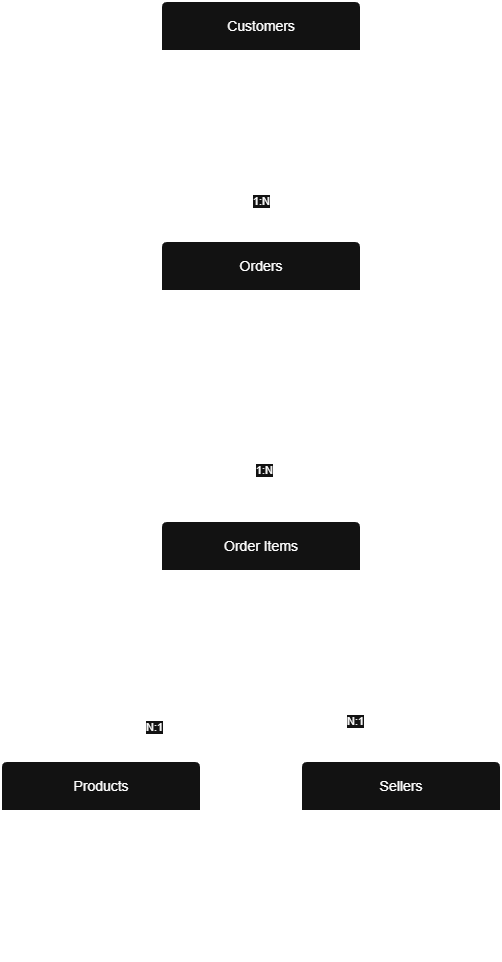
The draw.io diagram docs/diagrams/logical-erd.drawio.png in neeleshksingh/Ecommerce-Sales-Analytics, before a commit. Source tidied: cells renumbered, new cells last; positions are measured from the earlier drawing's top-left corner, leaving out a move shared by most shapes.
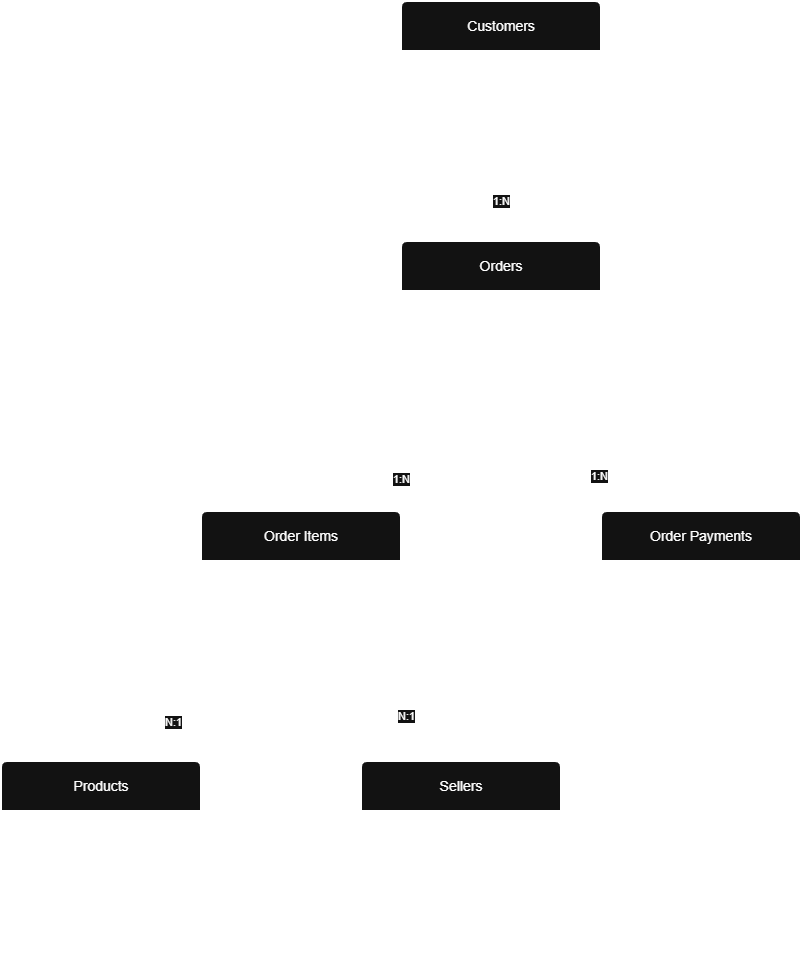
After the change.

The edit, as a diff of the source:
```diff
@@ -25,11 +25,22 @@
       <mxGeometry y="50" width="200" height="110" as="geometry" />
     </mxCell>
     <mxCell id="8" style="edgeStyle=orthogonalEdgeStyle;rounded=0;jettySize=auto;html=1;entryX=0.5;entryY=0;entryDx=0;entryDy=0;" parent="1" edge="1" source="10" target="12">
-      <mxGeometry relative="1" as="geometry" />
+      <mxGeometry relative="1" as="geometry">
+        <Array as="points">
+          <mxPoint x="200" y="475" />
+          <mxPoint x="60" y="475" />
+        </Array>
+      </mxGeometry>
     </mxCell>
     <mxCell id="9" value="1:N" style="edgeLabel;html=1;align=center;verticalAlign=middle;" parent="8" vertex="1">
       <mxGeometry x="-0.28" y="2" relative="1" as="geometry" />
     </mxCell>
+    <mxCell id="22" style="edgeStyle=orthogonalEdgeStyle;rounded=0;jettySize=auto;html=1;exitX=0.75;exitY=1;exitDx=0;exitDy=0;entryX=0.5;entryY=0;entryDx=0;entryDy=0;" parent="1" edge="1" source="10" target="24">
+      <mxGeometry relative="1" as="geometry" />
+    </mxCell>
+    <mxCell id="23" value="1:N" style="edgeLabel;html=1;align=center;verticalAlign=middle;" parent="22" vertex="1">
+      <mxGeometry x="-0.26" y="1" relative="1" as="geometry" />
+    </mxCell>
     <mxCell id="10" value="Orders" style="swimlane;horizontal=1;startSize=50;rounded=1;fontSize=14;fontStyle=0;strokeWidth=2;shadow=0;dashed=0;align=center;arcSize=4;whiteSpace=wrap;html=1;" parent="1" vertex="1">
       <mxGeometry x="160" y="240" width="200" height="200" as="geometry" />
     </mxCell>
@@ -37,9 +48,9 @@
       <mxGeometry y="50" width="200" height="150" as="geometry" />
     </mxCell>
     <mxCell id="12" value="Order Items" style="swimlane;horizontal=1;startSize=50;rounded=1;fontSize=14;fontStyle=0;strokeWidth=2;shadow=0;dashed=0;align=center;arcSize=4;whiteSpace=wrap;html=1;" parent="1" vertex="1">
-      <mxGeometry x="160" y="520" width="200" height="160" as="geometry" />
+      <mxGeometry x="-40" y="510" width="200" height="160" as="geometry" />
     </mxCell>
-    <mxCell id="13" value="PK order_id,&lt;div&gt;PK order_item_id&lt;/div&gt;&lt;div&gt;FK product_id&amp;nbsp;&lt;div&gt;FK seller_id&amp;nbsp;&lt;/div&gt;&lt;div&gt;shipping_limit_date&lt;br&gt;price&lt;br&gt;freight_value&lt;/div&gt;&lt;/div&gt;" style="align=left;strokeColor=none;fillColor=none;spacingLeft=4;spacingRight=4;fontSize=12;verticalAlign=top;html=1;whiteSpace=wrap;" parent="12" vertex="1">
+    <mxCell id="13" value="PK order_id&lt;div&gt;PK order_item_id&lt;/div&gt;&lt;div&gt;FK product_id&amp;nbsp;&lt;div&gt;FK seller_id&amp;nbsp;&lt;/div&gt;&lt;div&gt;shipping_limit_date&lt;br&gt;price&lt;br&gt;freight_value&lt;/div&gt;&lt;/div&gt;" style="align=left;strokeColor=none;fillColor=none;spacingLeft=4;spacingRight=4;fontSize=12;verticalAlign=top;html=1;whiteSpace=wrap;" parent="12" vertex="1">
       <mxGeometry y="50" width="200" height="110" as="geometry" />
     </mxCell>
     <mxCell id="14" value="1:N" style="edgeStyle=orthogonalEdgeStyle;rounded=0;jettySize=auto;html=1;entryX=0.5;entryY=0;entryDx=0;entryDy=0;" parent="1" edge="1" source="7" target="10">
@@ -52,19 +63,25 @@
       <mxGeometry x="-0.02" y="-5" relative="1" as="geometry" />
     </mxCell>
     <mxCell id="17" value="Products" style="swimlane;horizontal=1;startSize=50;rounded=1;fontSize=14;fontStyle=0;strokeWidth=2;shadow=0;dashed=0;align=center;arcSize=4;whiteSpace=wrap;html=1;" parent="1" vertex="1">
-      <mxGeometry y="760" width="200" height="200" as="geometry" />
+      <mxGeometry x="-240" y="760" width="200" height="200" as="geometry" />
     </mxCell>
-    <mxCell id="18" value="PK product_id,&lt;br&gt;FK product_category_name,&lt;div&gt;&lt;div&gt;product_name_lenght,&lt;/div&gt;&lt;div&gt;product_description_lenght,&lt;/div&gt;&lt;div&gt;product_photos_qty,&lt;/div&gt;&lt;div&gt;product_weight_g,&lt;/div&gt;&lt;div&gt;product_length_cm,&lt;/div&gt;&lt;div&gt;&lt;span style=&quot;background-color: transparent; color: light-dark(rgb(0, 0, 0), rgb(255, 255, 255));&quot;&gt;product_height_cm,&lt;/span&gt;&lt;/div&gt;&lt;div&gt;&lt;span style=&quot;background-color: transparent; color: light-dark(rgb(0, 0, 0), rgb(255, 255, 255));&quot;&gt;product_width_cm&lt;/span&gt;&lt;/div&gt;&lt;/div&gt;" style="align=left;strokeColor=none;fillColor=none;spacingLeft=4;spacingRight=4;fontSize=12;verticalAlign=top;html=1;whiteSpace=wrap;" parent="17" vertex="1">
+    <mxCell id="18" value="PK product_id,&lt;br&gt;FK product_category_name&lt;div&gt;&lt;div&gt;product_name_lenght&lt;/div&gt;&lt;div&gt;product_description_lenght&lt;/div&gt;&lt;div&gt;product_photos_qty&lt;/div&gt;&lt;div&gt;product_weight_g&lt;/div&gt;&lt;div&gt;product_length_cm&lt;/div&gt;&lt;div&gt;&lt;span style=&quot;background-color: transparent; color: light-dark(rgb(0, 0, 0), rgb(255, 255, 255));&quot;&gt;product_height_cm&lt;/span&gt;&lt;/div&gt;&lt;div&gt;&lt;span style=&quot;background-color: transparent; color: light-dark(rgb(0, 0, 0), rgb(255, 255, 255));&quot;&gt;product_width_cm&lt;/span&gt;&lt;/div&gt;&lt;/div&gt;" style="align=left;strokeColor=none;fillColor=none;spacingLeft=4;spacingRight=4;fontSize=12;verticalAlign=top;html=1;whiteSpace=wrap;" parent="17" vertex="1">
       <mxGeometry y="50" width="200" height="150" as="geometry" />
     </mxCell>
     <mxCell id="19" value="N:1" style="edgeStyle=orthogonalEdgeStyle;rounded=0;jettySize=auto;html=1;entryX=0.75;entryY=1;entryDx=0;entryDy=0;" parent="1" edge="1" source="20" target="13">
       <mxGeometry relative="1" as="geometry" />
     </mxCell>
     <mxCell id="20" value="Sellers" style="swimlane;horizontal=1;startSize=50;rounded=1;fontSize=14;fontStyle=0;strokeWidth=2;shadow=0;dashed=0;align=center;arcSize=4;whiteSpace=wrap;html=1;" parent="1" vertex="1">
-      <mxGeometry x="300" y="760" width="200" height="200" as="geometry" />
+      <mxGeometry x="120" y="760" width="200" height="200" as="geometry" />
     </mxCell>
-    <mxCell id="21" value="PK seller_id&lt;span style=&quot;background-color: transparent; color: light-dark(rgb(0, 0, 0), rgb(255, 255, 255));&quot;&gt;,&lt;/span&gt;&lt;br&gt;&lt;div&gt;&lt;div&gt;seller_zip_code_prefix,&lt;/div&gt;&lt;div&gt;seller_city,&lt;/div&gt;&lt;div&gt;seller_state&lt;br&gt;&lt;/div&gt;&lt;/div&gt;" style="align=left;strokeColor=none;fillColor=none;spacingLeft=4;spacingRight=4;fontSize=12;verticalAlign=top;html=1;whiteSpace=wrap;" parent="20" vertex="1">
+    <mxCell id="21" value="PK seller_id&lt;br&gt;&lt;div&gt;&lt;div&gt;seller_zip_code_prefix&lt;/div&gt;&lt;div&gt;seller_city&lt;/div&gt;&lt;div&gt;seller_state&lt;br&gt;&lt;/div&gt;&lt;/div&gt;" style="align=left;strokeColor=none;fillColor=none;spacingLeft=4;spacingRight=4;fontSize=12;verticalAlign=top;html=1;whiteSpace=wrap;" parent="20" vertex="1">
       <mxGeometry y="50" width="200" height="150" as="geometry" />
     </mxCell>
+    <mxCell id="24" value="Order Payments" style="swimlane;horizontal=1;startSize=50;rounded=1;fontSize=14;fontStyle=0;strokeWidth=2;shadow=0;dashed=0;align=center;arcSize=4;whiteSpace=wrap;html=1;" parent="1" vertex="1">
+      <mxGeometry x="360" y="510" width="200" height="160" as="geometry" />
+    </mxCell>
+    <mxCell id="25" value="&lt;div&gt;PK&amp;nbsp; order_id&amp;nbsp; &amp;nbsp; &amp;nbsp; &amp;nbsp; &amp;nbsp; &amp;nbsp; &amp;nbsp; &amp;nbsp; &amp;nbsp; &amp;nbsp; &amp;nbsp;&lt;/div&gt;&lt;div&gt;PK&amp;nbsp; payment_sequential&amp;nbsp; &amp;nbsp; &amp;nbsp; &amp;nbsp; &amp;nbsp; &amp;nbsp; &amp;nbsp;&amp;nbsp;&lt;/div&gt;&lt;div&gt;FK&amp;nbsp; order_id&amp;nbsp; &amp;nbsp; &amp;nbsp; &amp;nbsp; &amp;nbsp; &amp;nbsp; &amp;nbsp; &amp;nbsp; &amp;nbsp; &amp;nbsp; &amp;nbsp; &amp;nbsp;&amp;nbsp;&lt;/div&gt;&lt;div&gt;payment_type&amp;nbsp; &amp;nbsp; &amp;nbsp; &amp;nbsp; &amp;nbsp; &amp;nbsp; &amp;nbsp; &amp;nbsp; &amp;nbsp;&amp;nbsp;&lt;/div&gt;&lt;div&gt;payment_installments&amp;nbsp; &amp;nbsp; &amp;nbsp; &amp;nbsp;&lt;/div&gt;&lt;div&gt;payment_value&lt;/div&gt;" style="align=left;strokeColor=none;fillColor=none;spacingLeft=4;spacingRight=4;fontSize=12;verticalAlign=top;html=1;whiteSpace=wrap;" parent="24" vertex="1">
+      <mxGeometry y="50" width="200" height="110" as="geometry" />
+    </mxCell>
   </root>
 </mxGraphModel>
```
